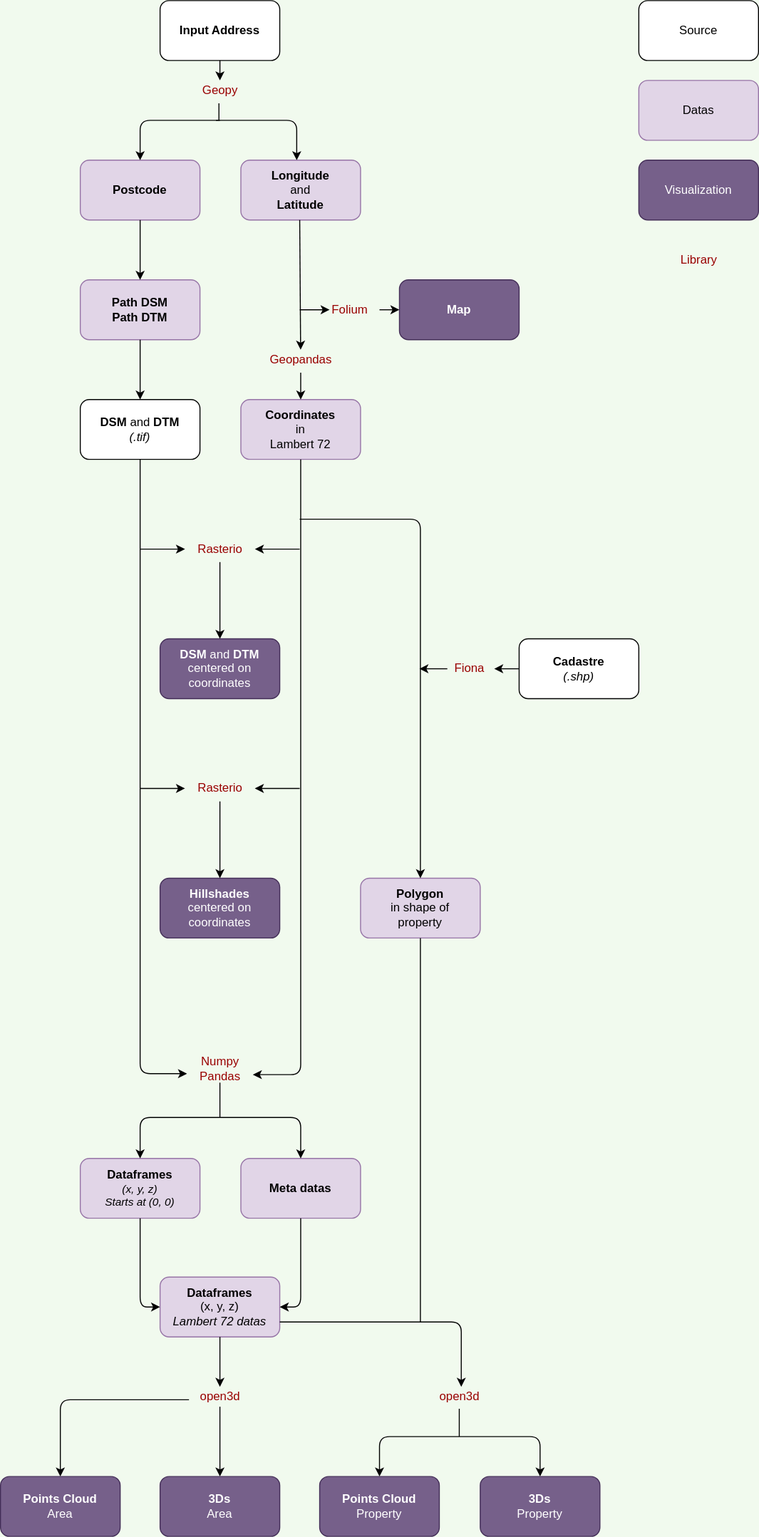
Demesmaeker/3D_Houses keeps this draw.io diagram as Schemas/Plan.svg. Above is the earlier version. Source tidied: cells renumbered, new cells last; positions are measured from the earlier drawing's top-left corner, leaving out a move shared by most shapes.
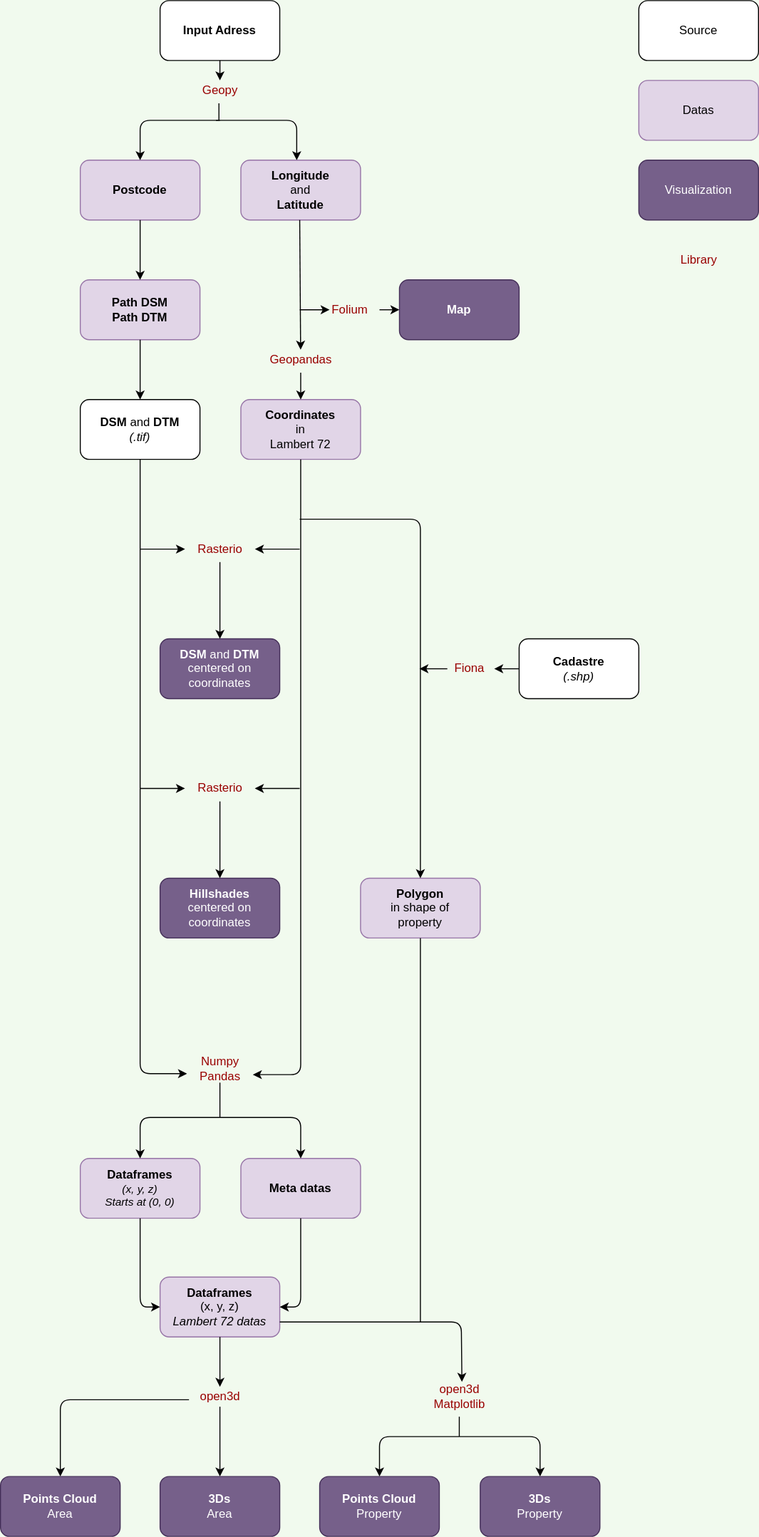
After the commit.

What changed in the source:
```diff
@@ -14,7 +14,7 @@
     <mxCell id="5" value="&lt;div&gt;Library&lt;/div&gt;" style="text;html=1;align=center;verticalAlign=middle;fontColor=#990000;" parent="1" vertex="1">
       <mxGeometry x="670" y="250" width="60" height="20" as="geometry" />
     </mxCell>
-    <mxCell id="6" value="&lt;b&gt;Input Address&lt;/b&gt;" style="rounded=1;whiteSpace=wrap;html=1;" parent="1" vertex="1">
+    <mxCell id="6" value="&lt;b&gt;Input Adress&lt;/b&gt;" style="rounded=1;whiteSpace=wrap;html=1;" parent="1" vertex="1">
       <mxGeometry x="160" width="120" height="60" as="geometry" />
     </mxCell>
     <mxCell id="7" value="&lt;div&gt;&lt;b&gt;Longitude&lt;/b&gt;&lt;/div&gt;&lt;div&gt;and&lt;/div&gt;&lt;div&gt;&lt;b&gt;Latitude&lt;br&gt;&lt;/b&gt;&lt;/div&gt;" style="rounded=1;whiteSpace=wrap;html=1;fillColor=#e1d5e7;strokeColor=#9673a6;" parent="1" vertex="1">
@@ -250,8 +250,8 @@
         <mxPoint x="220" y="1410" as="sourcePoint" />
       </mxGeometry>
     </mxCell>
-    <mxCell id="60" value="open3d" style="text;html=1;align=center;verticalAlign=middle;points=[];fontColor=#990000;" parent="1" vertex="1">
-      <mxGeometry x="430" y="1390" width="60" height="20" as="geometry" />
+    <mxCell id="60" value="&lt;div&gt;open3d&lt;/div&gt;Matplotlib" style="text;html=1;align=center;verticalAlign=middle;points=[];fontColor=#990000;" parent="1" vertex="1">
+      <mxGeometry x="420" y="1385" width="80" height="30" as="geometry" />
     </mxCell>
     <mxCell id="61" style="endArrow=classic;html=1;fontColor=#990000;exitX=-0.017;exitY=0.65;exitDx=0;exitDy=0;exitPerimeter=0;entryX=0.5;entryY=0;entryDx=0;entryDy=0;" parent="1" edge="1" source="54" target="53">
       <mxGeometry relative="1" as="geometry">
@@ -272,10 +272,10 @@
         <mxPoint x="421" y="1325" as="sourcePoint" />
       </mxGeometry>
     </mxCell>
-    <mxCell id="64" style="endArrow=none;html=1;fontColor=#990000;entryX=0.533;entryY=1.1;entryDx=0;entryDy=0;entryPerimeter=0;" parent="1" edge="1">
+    <mxCell id="64" style="endArrow=none;html=1;fontColor=#990000;" parent="1" edge="1">
       <mxGeometry relative="1" as="geometry">
         <mxPoint x="460" y="1440" as="sourcePoint" />
-        <mxPoint x="460" y="1412" as="targetPoint" />
+        <mxPoint x="460" y="1420" as="targetPoint" />
       </mxGeometry>
     </mxCell>
     <mxCell id="65" style="endArrow=classic;html=1;fontColor=#990000;entryX=0.5;entryY=0;entryDx=0;entryDy=0;" parent="1" edge="1" target="55">
```
